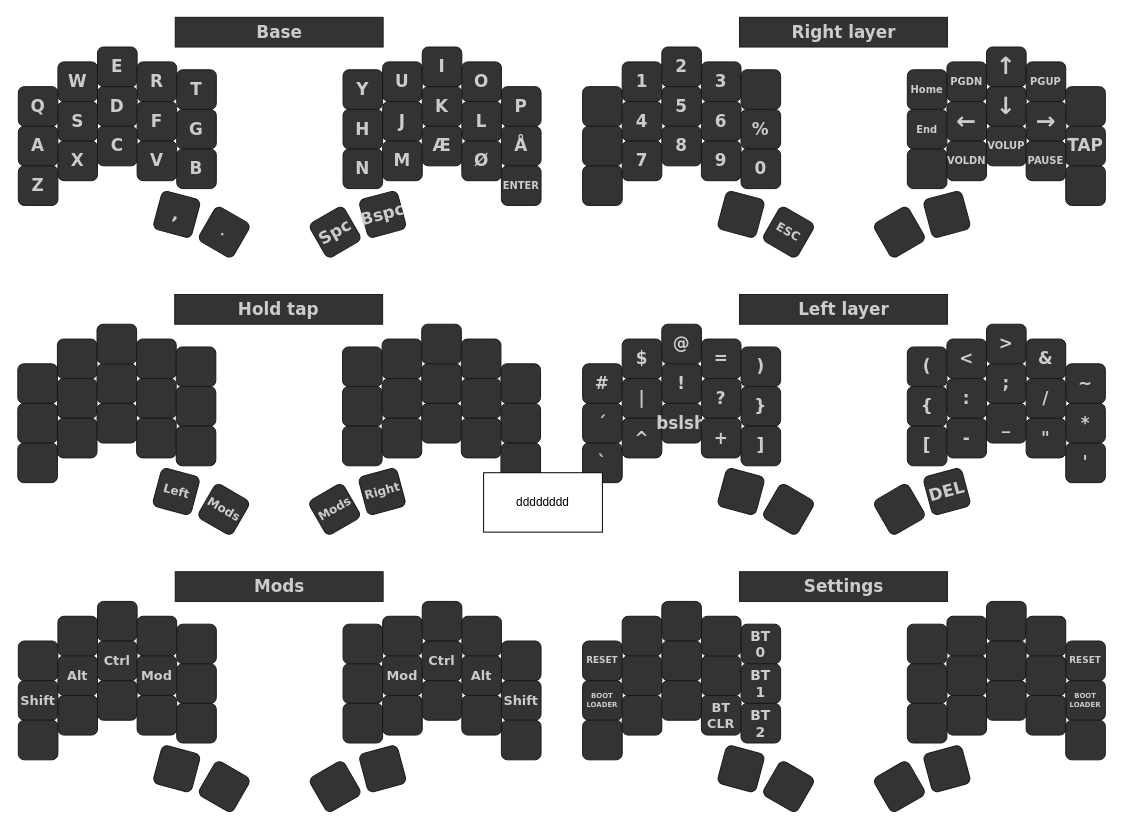
The draw.io diagram keymap.drawio in SofusA/zmk-config, before the edit. Source tidied: cells renumbered, new cells numbered last; positions are measured from the earlier drawing's top-left corner, leaving out a move shared by most shapes. Both pictures are drawn from the tidied source at 99%, with x=0, y=0 at pixel (18, 17).
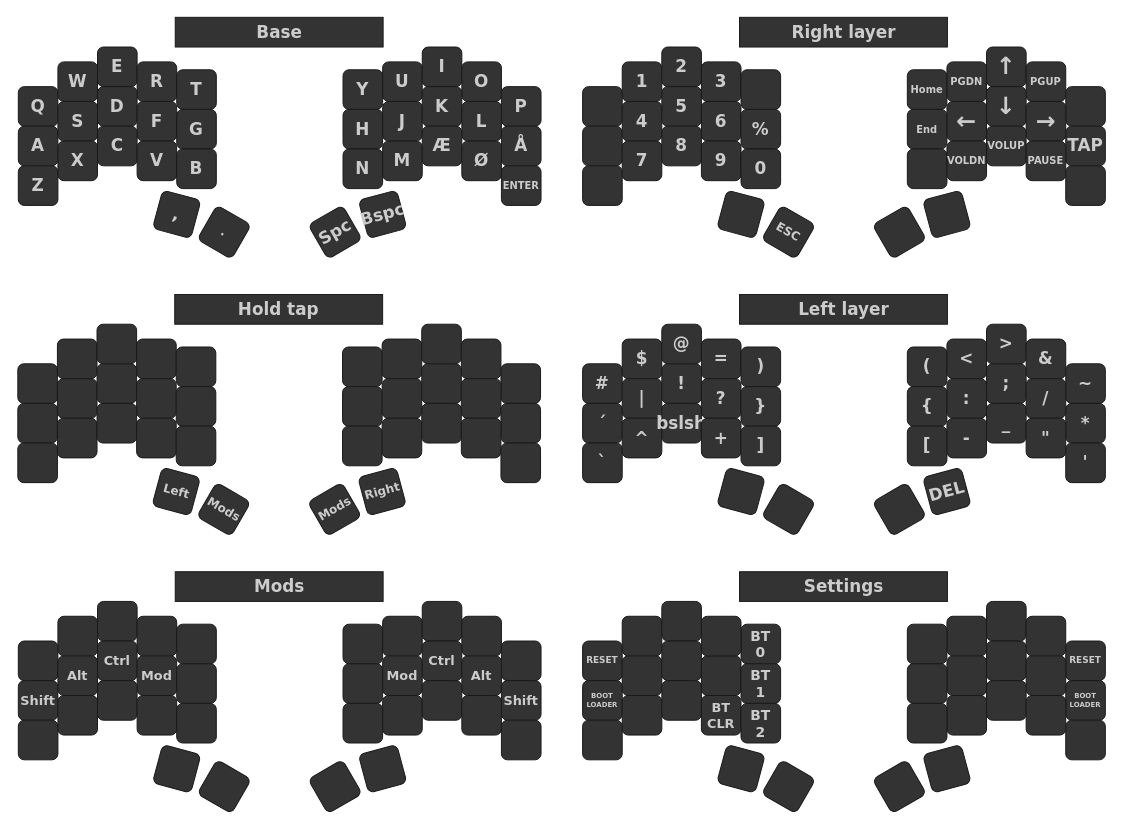
The same diagram, later.

What changed in the source:
```diff
@@
-    <mxCell id="213" value="dddddddd" style="whiteSpace=wrap;html=1;" parent="1" vertex="1">
-      <mxGeometry x="470" y="460" width="120" height="60" as="geometry" />
-    </mxCell>
```
